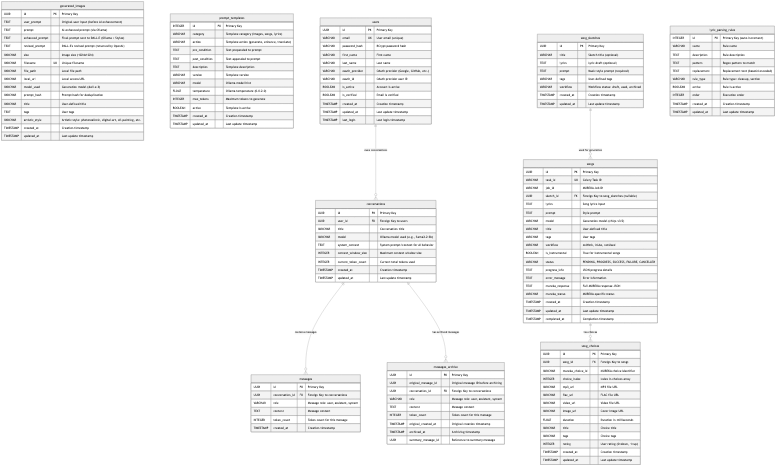
The Mermaid diagram docs/arch42/images/13_database_schema.png in rwellinger/aiproxy, before a commit. Its source is kept beside it as docs/arch42/13_database_schema.mmd.
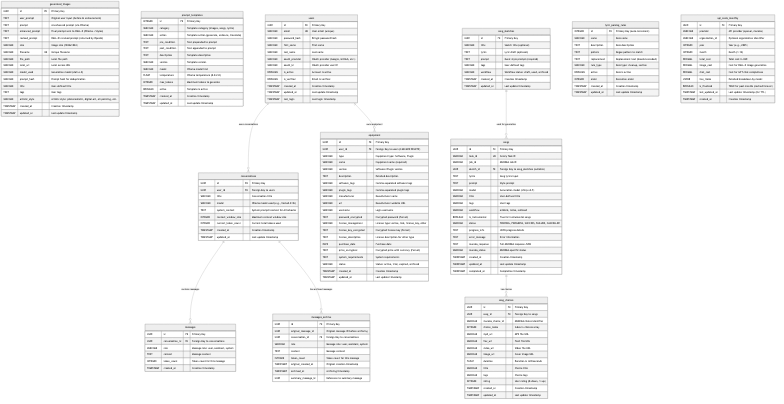
After the change.

Diff of the diagram source:
```diff
@@ -145,8 +145,48 @@
         TIMESTAMP updated_at "Last update timestamp"
     }
 
+    equipment {
+        UUID id PK "Primary Key"
+        UUID user_id FK "Foreign Key to users (CASCADE DELETE)"
+        VARCHAR type "Equipment type: Software, Plugin"
+        VARCHAR name "Equipment name (required)"
+        VARCHAR version "Software/Plugin version"
+        TEXT description "Detailed description"
+        VARCHAR software_tags "Comma-separated software tags"
+        VARCHAR plugin_tags "Comma-separated plugin tags"
+        VARCHAR manufacturer "Manufacturer name"
+        VARCHAR url "Manufacturer website URL"
+        VARCHAR username "Login username"
+        TEXT password_encrypted "Encrypted password (Fernet)"
+        VARCHAR license_management "License type: online, ilok, license_key, other"
+        TEXT license_key_encrypted "Encrypted license key (Fernet)"
+        TEXT license_description "License description for other type"
+        DATE purchase_date "Purchase date"
+        TEXT price_encrypted "Encrypted price with currency (Fernet)"
+        TEXT system_requirements "System requirements"
+        VARCHAR status "Status: active, trial, expired, archived"
+        TIMESTAMP created_at "Creation timestamp"
+        TIMESTAMP updated_at "Last update timestamp"
+    }
+
+    api_costs_monthly {
+        UUID id PK "Primary Key"
+        VARCHAR provider "API provider (openai, mureka)"
+        VARCHAR organization_id "Optional organization identifier"
+        INTEGER year "Year (e.g., 2025)"
+        INTEGER month "Month (1-12)"
+        DECIMAL total_cost "Total cost in USD"
+        DECIMAL image_cost "Cost for DALL-E image generation"
+        DECIMAL chat_cost "Cost for GPT chat completions"
+        JSONB line_items "Detailed breakdown by model"
+        BOOLEAN is_finalized "TRUE for past months (cached forever)"
+        TIMESTAMP last_updated_at "Last update timestamp (for TTL)"
+        TIMESTAMP created_at "Creation timestamp"
+    }
+
     song_sketches ||--o{ songs : "used for generation"
     songs ||--o{ song_choices : "has choices"
     users ||--o{ conversations : "owns conversations"
+    users ||--o{ equipment : "owns equipment"
     conversations ||--o{ messages : "contains messages"
     conversations ||--o{ messages_archive : "has archived messages"
```
